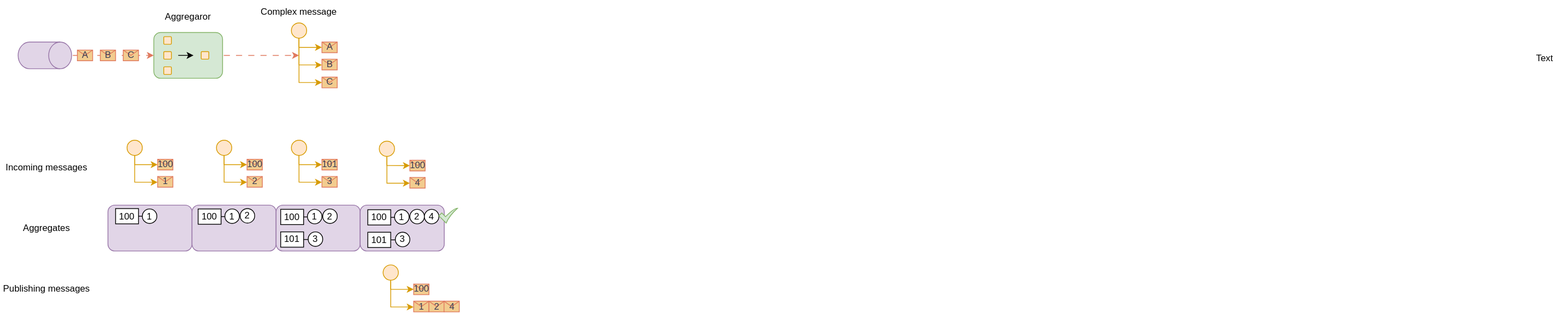
Earlier version of the draw.io export images/Aggregator.drawio.svg (mladenkralev/integration-pattern). Source tidied: cells renumbered, new cells last; positions are measured from the earlier drawing's top-left corner, leaving out a move shared by most shapes. The source it was exported from:
```xml
<mxGraphModel>
  <root>
    <mxCell id="0" />
    <mxCell id="1" parent="0" />
    <mxCell id="2" style="rounded=1;whiteSpace=wrap;html=1;labelBackgroundColor=none;fillColor=#d5e8d4;strokeColor=#82b366;" parent="1" vertex="1">
      <mxGeometry x="200" y="43" width="90" height="60" as="geometry" />
    </mxCell>
    <mxCell id="3" style="rounded=1;whiteSpace=wrap;html=1;labelBackgroundColor=none;fillColor=#ffe6cc;strokeColor=#d79b00;arcSize=12;" parent="1" vertex="1">
      <mxGeometry x="213" y="68" width="10" height="10" as="geometry" />
    </mxCell>
    <mxCell id="4" style="rounded=1;whiteSpace=wrap;html=1;labelBackgroundColor=none;fillColor=#ffe6cc;strokeColor=#d79b00;arcSize=12;" parent="1" vertex="1">
      <mxGeometry x="262" y="68" width="10" height="10" as="geometry" />
    </mxCell>
    <mxCell id="5" style="endArrow=classic;html=1;rounded=0;" parent="1" edge="1">
      <mxGeometry relative="1" as="geometry">
        <mxPoint x="232" y="73" as="sourcePoint" />
        <mxPoint x="252" y="73" as="targetPoint" />
      </mxGeometry>
    </mxCell>
    <mxCell id="6" value="A" style="shape=message;html=1;outlineConnect=0;labelBackgroundColor=none;fillColor=#F2CC8F;strokeColor=#E07A5F;fontColor=#393C56;" parent="1" vertex="1">
      <mxGeometry x="420" y="55.5" width="20" height="14" as="geometry" />
    </mxCell>
    <mxCell id="7" value="B" style="shape=message;html=1;outlineConnect=0;labelBackgroundColor=none;fillColor=#F2CC8F;strokeColor=#E07A5F;fontColor=#393C56;" parent="1" vertex="1">
      <mxGeometry x="420" y="78" width="20" height="14" as="geometry" />
    </mxCell>
    <mxCell id="8" value="C" style="shape=message;html=1;outlineConnect=0;labelBackgroundColor=none;fillColor=#F2CC8F;strokeColor=#E07A5F;fontColor=#393C56;" parent="1" vertex="1">
      <mxGeometry x="420" y="101.5" width="20" height="14" as="geometry" />
    </mxCell>
    <mxCell id="9" style="edgeStyle=orthogonalEdgeStyle;rounded=0;jettySize=auto;html=1;exitX=0.5;exitY=1;exitDx=0;exitDy=0;entryX=0;entryY=0.5;entryDx=0;entryDy=0;fillColor=#ffe6cc;strokeColor=#d79b00;" parent="1" edge="1" source="12" target="6">
      <mxGeometry relative="1" as="geometry">
        <Array as="points">
          <mxPoint x="390" y="62.5" />
        </Array>
      </mxGeometry>
    </mxCell>
    <mxCell id="10" style="edgeStyle=orthogonalEdgeStyle;rounded=0;jettySize=auto;html=1;fillColor=#ffe6cc;strokeColor=#d79b00;" parent="1" edge="1" source="12" target="7">
      <mxGeometry relative="1" as="geometry">
        <Array as="points">
          <mxPoint x="390" y="85.5" />
        </Array>
      </mxGeometry>
    </mxCell>
    <mxCell id="11" style="edgeStyle=orthogonalEdgeStyle;rounded=0;jettySize=auto;html=1;fillColor=#ffe6cc;strokeColor=#d79b00;entryX=0;entryY=0.5;entryDx=0;entryDy=0;exitX=0.5;exitY=1;exitDx=0;exitDy=0;" parent="1" edge="1" source="12" target="8">
      <mxGeometry relative="1" as="geometry">
        <Array as="points">
          <mxPoint x="390" y="108.5" />
        </Array>
      </mxGeometry>
    </mxCell>
    <mxCell id="12" style="ellipse;whiteSpace=wrap;html=1;fillColor=#ffe6cc;strokeColor=#d79b00;" parent="1" vertex="1">
      <mxGeometry x="380" y="30.5" width="20" height="20" as="geometry" />
    </mxCell>
    <mxCell id="13" value="Complex message" style="text;html=1;align=center;verticalAlign=middle;whiteSpace=wrap;rounded=0;" parent="1" vertex="1">
      <mxGeometry x="330" y="0.5" width="120" height="30" as="geometry" />
    </mxCell>
    <mxCell id="14" style="shape=cylinder3;whiteSpace=wrap;html=1;boundedLbl=1;backgroundOutline=1;size=15;rotation=90;fillColor=#e1d5e7;strokeColor=#9673a6;" parent="1" vertex="1">
      <mxGeometry x="40" y="38" width="35" height="70" as="geometry" />
    </mxCell>
    <mxCell id="15" value="Aggregaror" style="text;html=1;align=center;verticalAlign=middle;whiteSpace=wrap;rounded=0;" parent="1" vertex="1">
      <mxGeometry x="185" y="8" width="120" height="30" as="geometry" />
    </mxCell>
    <mxCell id="16" style="endArrow=classic;html=1;rounded=0;flowAnimation=1;labelBackgroundColor=none;strokeColor=#E07A5F;fontColor=default;entryX=0;entryY=0.5;entryDx=0;entryDy=0;exitX=0.5;exitY=0;exitDx=0;exitDy=0;edgeStyle=orthogonalEdgeStyle;exitPerimeter=0;" parent="1" edge="1" source="14" target="2">
      <mxGeometry relative="1" as="geometry" />
    </mxCell>
    <mxCell id="17" value="C" style="shape=message;html=1;labelBackgroundColor=none;fillColor=#F2CC8F;strokeColor=#E07A5F;fontColor=#393C56;" parent="1" vertex="1">
      <mxGeometry x="160" y="66" width="20" height="14" as="geometry" />
    </mxCell>
    <mxCell id="18" value="B" style="shape=message;html=1;labelBackgroundColor=none;fillColor=#F2CC8F;strokeColor=#E07A5F;fontColor=#393C56;" parent="1" vertex="1">
      <mxGeometry x="130" y="66" width="20" height="14" as="geometry" />
    </mxCell>
    <mxCell id="19" value="A" style="shape=message;html=1;labelBackgroundColor=none;fillColor=#F2CC8F;strokeColor=#E07A5F;fontColor=#393C56;" parent="1" vertex="1">
      <mxGeometry x="100" y="66" width="20" height="14" as="geometry" />
    </mxCell>
    <mxCell id="20" style="rounded=1;whiteSpace=wrap;html=1;labelBackgroundColor=none;fillColor=#ffe6cc;strokeColor=#d79b00;arcSize=12;" parent="1" vertex="1">
      <mxGeometry x="213" y="48.5" width="10" height="10" as="geometry" />
    </mxCell>
    <mxCell id="21" style="rounded=1;whiteSpace=wrap;html=1;labelBackgroundColor=none;fillColor=#ffe6cc;strokeColor=#d79b00;arcSize=12;" parent="1" vertex="1">
      <mxGeometry x="213" y="88" width="10" height="10" as="geometry" />
    </mxCell>
    <mxCell id="22" style="endArrow=classic;html=1;rounded=0;flowAnimation=1;labelBackgroundColor=none;strokeColor=#E07A5F;fontColor=default;exitX=1;exitY=0.5;exitDx=0;exitDy=0;edgeStyle=orthogonalEdgeStyle;" parent="1" edge="1" source="2">
      <mxGeometry relative="1" as="geometry">
        <mxPoint x="390" y="73" as="targetPoint" />
      </mxGeometry>
    </mxCell>
    <mxCell id="23" style="rounded=1;whiteSpace=wrap;html=1;labelBackgroundColor=none;fillColor=#e1d5e7;strokeColor=#9673a6;" parent="1" vertex="1">
      <mxGeometry x="140" y="269" width="110" height="60" as="geometry" />
    </mxCell>
    <mxCell id="24" style="rounded=1;whiteSpace=wrap;html=1;labelBackgroundColor=none;fillColor=#e1d5e7;strokeColor=#9673a6;" parent="1" vertex="1">
      <mxGeometry x="250" y="269" width="110" height="60" as="geometry" />
    </mxCell>
    <mxCell id="25" style="rounded=1;whiteSpace=wrap;html=1;labelBackgroundColor=none;fillColor=#e1d5e7;strokeColor=#9673a6;" parent="1" vertex="1">
      <mxGeometry x="360" y="269" width="110" height="60" as="geometry" />
    </mxCell>
    <mxCell id="26" style="rounded=1;whiteSpace=wrap;html=1;labelBackgroundColor=none;fillColor=#e1d5e7;strokeColor=#9673a6;" parent="1" vertex="1">
      <mxGeometry x="470" y="269" width="110" height="60" as="geometry" />
    </mxCell>
    <mxCell id="27" value="100" style="shape=message;html=1;outlineConnect=0;labelBackgroundColor=none;fillColor=#F2CC8F;strokeColor=#E07A5F;fontColor=#393C56;" parent="1" vertex="1">
      <mxGeometry x="205" y="209" width="20" height="14" as="geometry" />
    </mxCell>
    <mxCell id="28" value="1" style="shape=message;html=1;outlineConnect=0;labelBackgroundColor=none;fillColor=#F2CC8F;strokeColor=#E07A5F;fontColor=#393C56;" parent="1" vertex="1">
      <mxGeometry x="205" y="231.5" width="20" height="14" as="geometry" />
    </mxCell>
    <mxCell id="29" style="edgeStyle=orthogonalEdgeStyle;rounded=0;jettySize=auto;html=1;exitX=0.5;exitY=1;exitDx=0;exitDy=0;entryX=0;entryY=0.5;entryDx=0;entryDy=0;fillColor=#ffe6cc;strokeColor=#d79b00;" parent="1" edge="1" source="31" target="27">
      <mxGeometry relative="1" as="geometry">
        <Array as="points">
          <mxPoint x="175" y="216" />
        </Array>
      </mxGeometry>
    </mxCell>
    <mxCell id="30" style="edgeStyle=orthogonalEdgeStyle;rounded=0;jettySize=auto;html=1;fillColor=#ffe6cc;strokeColor=#d79b00;" parent="1" edge="1" source="31" target="28">
      <mxGeometry relative="1" as="geometry">
        <Array as="points">
          <mxPoint x="175" y="239" />
        </Array>
      </mxGeometry>
    </mxCell>
    <mxCell id="31" style="ellipse;whiteSpace=wrap;html=1;fillColor=#ffe6cc;strokeColor=#d79b00;" parent="1" vertex="1">
      <mxGeometry x="165" y="184" width="20" height="20" as="geometry" />
    </mxCell>
    <mxCell id="32" value="Incoming messages" style="text;html=1;align=center;verticalAlign=middle;whiteSpace=wrap;rounded=0;" parent="1" vertex="1">
      <mxGeometry y="205.2" width="120" height="30" as="geometry" />
    </mxCell>
    <mxCell id="33" value="100" style="shape=message;html=1;outlineConnect=0;labelBackgroundColor=none;fillColor=#F2CC8F;strokeColor=#E07A5F;fontColor=#393C56;" parent="1" vertex="1">
      <mxGeometry x="322" y="209" width="20" height="14" as="geometry" />
    </mxCell>
    <mxCell id="34" value="2" style="shape=message;html=1;outlineConnect=0;labelBackgroundColor=none;fillColor=#F2CC8F;strokeColor=#E07A5F;fontColor=#393C56;" parent="1" vertex="1">
      <mxGeometry x="322" y="231.5" width="20" height="14" as="geometry" />
    </mxCell>
    <mxCell id="35" style="edgeStyle=orthogonalEdgeStyle;rounded=0;jettySize=auto;html=1;exitX=0.5;exitY=1;exitDx=0;exitDy=0;entryX=0;entryY=0.5;entryDx=0;entryDy=0;fillColor=#ffe6cc;strokeColor=#d79b00;" parent="1" edge="1" source="37" target="33">
      <mxGeometry relative="1" as="geometry">
        <Array as="points">
          <mxPoint x="292" y="216" />
        </Array>
      </mxGeometry>
    </mxCell>
    <mxCell id="36" style="edgeStyle=orthogonalEdgeStyle;rounded=0;jettySize=auto;html=1;fillColor=#ffe6cc;strokeColor=#d79b00;" parent="1" edge="1" source="37" target="34">
      <mxGeometry relative="1" as="geometry">
        <Array as="points">
          <mxPoint x="292" y="239" />
        </Array>
      </mxGeometry>
    </mxCell>
    <mxCell id="37" style="ellipse;whiteSpace=wrap;html=1;fillColor=#ffe6cc;strokeColor=#d79b00;" parent="1" vertex="1">
      <mxGeometry x="282" y="184" width="20" height="20" as="geometry" />
    </mxCell>
    <mxCell id="38" value="101" style="shape=message;html=1;outlineConnect=0;labelBackgroundColor=none;fillColor=#F2CC8F;strokeColor=#E07A5F;fontColor=#393C56;" parent="1" vertex="1">
      <mxGeometry x="420" y="209" width="20" height="14" as="geometry" />
    </mxCell>
    <mxCell id="39" value="3" style="shape=message;html=1;outlineConnect=0;labelBackgroundColor=none;fillColor=#F2CC8F;strokeColor=#E07A5F;fontColor=#393C56;" parent="1" vertex="1">
      <mxGeometry x="420" y="231.5" width="20" height="14" as="geometry" />
    </mxCell>
    <mxCell id="40" style="edgeStyle=orthogonalEdgeStyle;rounded=0;jettySize=auto;html=1;exitX=0.5;exitY=1;exitDx=0;exitDy=0;entryX=0;entryY=0.5;entryDx=0;entryDy=0;fillColor=#ffe6cc;strokeColor=#d79b00;" parent="1" edge="1" source="42" target="38">
      <mxGeometry relative="1" as="geometry">
        <Array as="points">
          <mxPoint x="390" y="216" />
        </Array>
      </mxGeometry>
    </mxCell>
    <mxCell id="41" style="edgeStyle=orthogonalEdgeStyle;rounded=0;jettySize=auto;html=1;fillColor=#ffe6cc;strokeColor=#d79b00;" parent="1" edge="1" source="42" target="39">
      <mxGeometry relative="1" as="geometry">
        <Array as="points">
          <mxPoint x="390" y="239" />
        </Array>
      </mxGeometry>
    </mxCell>
    <mxCell id="42" style="ellipse;whiteSpace=wrap;html=1;fillColor=#ffe6cc;strokeColor=#d79b00;" parent="1" vertex="1">
      <mxGeometry x="380" y="184" width="20" height="20" as="geometry" />
    </mxCell>
    <mxCell id="43" value="100" style="shape=message;html=1;outlineConnect=0;labelBackgroundColor=none;fillColor=#F2CC8F;strokeColor=#E07A5F;fontColor=#393C56;" parent="1" vertex="1">
      <mxGeometry x="535" y="210.2" width="20" height="14" as="geometry" />
    </mxCell>
    <mxCell id="44" value="4" style="shape=message;html=1;outlineConnect=0;labelBackgroundColor=none;fillColor=#F2CC8F;strokeColor=#E07A5F;fontColor=#393C56;" parent="1" vertex="1">
      <mxGeometry x="535" y="232.7" width="20" height="14" as="geometry" />
    </mxCell>
    <mxCell id="45" style="edgeStyle=orthogonalEdgeStyle;rounded=0;jettySize=auto;html=1;exitX=0.5;exitY=1;exitDx=0;exitDy=0;entryX=0;entryY=0.5;entryDx=0;entryDy=0;fillColor=#ffe6cc;strokeColor=#d79b00;" parent="1" edge="1" source="47" target="43">
      <mxGeometry relative="1" as="geometry">
        <Array as="points">
          <mxPoint x="505" y="217.2" />
        </Array>
      </mxGeometry>
    </mxCell>
    <mxCell id="46" style="edgeStyle=orthogonalEdgeStyle;rounded=0;jettySize=auto;html=1;fillColor=#ffe6cc;strokeColor=#d79b00;" parent="1" edge="1" source="47" target="44">
      <mxGeometry relative="1" as="geometry">
        <Array as="points">
          <mxPoint x="505" y="240.2" />
        </Array>
      </mxGeometry>
    </mxCell>
    <mxCell id="47" style="ellipse;whiteSpace=wrap;html=1;fillColor=#ffe6cc;strokeColor=#d79b00;" parent="1" vertex="1">
      <mxGeometry x="495" y="185.2" width="20" height="20" as="geometry" />
    </mxCell>
    <mxCell id="48" style="edgeStyle=orthogonalEdgeStyle;rounded=0;jettySize=auto;html=1;exitX=1;exitY=0.5;exitDx=0;exitDy=0;entryX=0;entryY=0.5;entryDx=0;entryDy=0;endArrow=none;endFill=0;" parent="1" edge="1" source="49" target="50">
      <mxGeometry relative="1" as="geometry" />
    </mxCell>
    <mxCell id="49" value="100" style="rounded=0;whiteSpace=wrap;html=1;" parent="1" vertex="1">
      <mxGeometry x="150" y="273.5" width="30" height="20" as="geometry" />
    </mxCell>
    <mxCell id="50" value="1" style="ellipse;whiteSpace=wrap;html=1;" parent="1" vertex="1">
      <mxGeometry x="185" y="274" width="19" height="19" as="geometry" />
    </mxCell>
    <mxCell id="51" style="edgeStyle=orthogonalEdgeStyle;rounded=0;jettySize=auto;html=1;exitX=1;exitY=0.5;exitDx=0;exitDy=0;entryX=0;entryY=0.5;entryDx=0;entryDy=0;endArrow=none;endFill=0;" parent="1" edge="1" source="52" target="53">
      <mxGeometry relative="1" as="geometry" />
    </mxCell>
    <mxCell id="52" value="100" style="rounded=0;whiteSpace=wrap;html=1;" parent="1" vertex="1">
      <mxGeometry x="258" y="274" width="30" height="20" as="geometry" />
    </mxCell>
    <mxCell id="53" value="1" style="ellipse;whiteSpace=wrap;html=1;" parent="1" vertex="1">
      <mxGeometry x="293" y="274" width="19" height="19" as="geometry" />
    </mxCell>
    <mxCell id="54" value="2" style="ellipse;whiteSpace=wrap;html=1;" parent="1" vertex="1">
      <mxGeometry x="313" y="273.5" width="19" height="19" as="geometry" />
    </mxCell>
    <mxCell id="55" style="edgeStyle=orthogonalEdgeStyle;rounded=0;jettySize=auto;html=1;exitX=1;exitY=0.5;exitDx=0;exitDy=0;endArrow=none;endFill=0;entryX=0;entryY=0.5;entryDx=0;entryDy=0;" parent="1" edge="1" source="53" target="54">
      <mxGeometry relative="1" as="geometry" />
    </mxCell>
    <mxCell id="56" style="edgeStyle=orthogonalEdgeStyle;rounded=0;jettySize=auto;html=1;exitX=1;exitY=0.5;exitDx=0;exitDy=0;entryX=0;entryY=0.5;entryDx=0;entryDy=0;endArrow=none;endFill=0;" parent="1" edge="1" source="57" target="58">
      <mxGeometry relative="1" as="geometry" />
    </mxCell>
    <mxCell id="57" value="100" style="rounded=0;whiteSpace=wrap;html=1;" parent="1" vertex="1">
      <mxGeometry x="366" y="274.5" width="30" height="20" as="geometry" />
    </mxCell>
    <mxCell id="58" value="1" style="ellipse;whiteSpace=wrap;html=1;" parent="1" vertex="1">
      <mxGeometry x="401" y="274.5" width="19" height="19" as="geometry" />
    </mxCell>
    <mxCell id="59" value="2" style="ellipse;whiteSpace=wrap;html=1;" parent="1" vertex="1">
      <mxGeometry x="421" y="274" width="19" height="19" as="geometry" />
    </mxCell>
    <mxCell id="60" style="edgeStyle=orthogonalEdgeStyle;rounded=0;jettySize=auto;html=1;exitX=1;exitY=0.5;exitDx=0;exitDy=0;endArrow=none;endFill=0;entryX=0;entryY=0.5;entryDx=0;entryDy=0;" parent="1" edge="1" source="58" target="59">
      <mxGeometry relative="1" as="geometry" />
    </mxCell>
    <mxCell id="61" value="101" style="rounded=0;whiteSpace=wrap;html=1;" parent="1" vertex="1">
      <mxGeometry x="366" y="304" width="30" height="20" as="geometry" />
    </mxCell>
    <mxCell id="62" value="3" style="ellipse;whiteSpace=wrap;html=1;" parent="1" vertex="1">
      <mxGeometry x="402" y="304" width="19" height="19" as="geometry" />
    </mxCell>
    <mxCell id="63" style="edgeStyle=orthogonalEdgeStyle;rounded=0;jettySize=auto;html=1;exitX=1;exitY=0.5;exitDx=0;exitDy=0;entryX=0;entryY=0.5;entryDx=0;entryDy=0;endArrow=none;endFill=0;" parent="1" edge="1" source="61" target="62">
      <mxGeometry relative="1" as="geometry" />
    </mxCell>
    <mxCell id="64" style="edgeStyle=orthogonalEdgeStyle;rounded=0;jettySize=auto;html=1;exitX=1;exitY=0.5;exitDx=0;exitDy=0;entryX=0;entryY=0.5;entryDx=0;entryDy=0;endArrow=none;endFill=0;" parent="1" edge="1" source="65" target="66">
      <mxGeometry relative="1" as="geometry" />
    </mxCell>
    <mxCell id="65" value="100" style="rounded=0;whiteSpace=wrap;html=1;" parent="1" vertex="1">
      <mxGeometry x="480" y="275" width="30" height="20" as="geometry" />
    </mxCell>
    <mxCell id="66" value="1" style="ellipse;whiteSpace=wrap;html=1;" parent="1" vertex="1">
      <mxGeometry x="515" y="275" width="19" height="19" as="geometry" />
    </mxCell>
    <mxCell id="67" value="2" style="ellipse;whiteSpace=wrap;html=1;" parent="1" vertex="1">
      <mxGeometry x="535" y="274.5" width="19" height="19" as="geometry" />
    </mxCell>
    <mxCell id="68" style="edgeStyle=orthogonalEdgeStyle;rounded=0;jettySize=auto;html=1;exitX=1;exitY=0.5;exitDx=0;exitDy=0;endArrow=none;endFill=0;entryX=0;entryY=0.5;entryDx=0;entryDy=0;" parent="1" edge="1" source="66" target="67">
      <mxGeometry relative="1" as="geometry" />
    </mxCell>
    <mxCell id="69" value="101" style="rounded=0;whiteSpace=wrap;html=1;" parent="1" vertex="1">
      <mxGeometry x="480" y="304.5" width="30" height="20" as="geometry" />
    </mxCell>
    <mxCell id="70" value="3" style="ellipse;whiteSpace=wrap;html=1;" parent="1" vertex="1">
      <mxGeometry x="516" y="304.5" width="19" height="19" as="geometry" />
    </mxCell>
    <mxCell id="71" style="edgeStyle=orthogonalEdgeStyle;rounded=0;jettySize=auto;html=1;exitX=1;exitY=0.5;exitDx=0;exitDy=0;entryX=0;entryY=0.5;entryDx=0;entryDy=0;endArrow=none;endFill=0;" parent="1" edge="1" source="69" target="70">
      <mxGeometry relative="1" as="geometry" />
    </mxCell>
    <mxCell id="72" value="4" style="ellipse;whiteSpace=wrap;html=1;" parent="1" vertex="1">
      <mxGeometry x="554" y="274.5" width="19" height="19" as="geometry" />
    </mxCell>
    <mxCell id="73" style="sketch=0;html=1;strokeColor=#82b366;shadow=0;align=center;fillColor=#d5e8d4;verticalAlign=top;labelPosition=center;verticalLabelPosition=bottom;shape=mxgraph.gcp2.check;" parent="1" vertex="1">
      <mxGeometry x="573" y="273" width="24.4" height="19.5" as="geometry" />
    </mxCell>
    <mxCell id="74" value="100" style="shape=message;html=1;outlineConnect=0;labelBackgroundColor=none;fillColor=#F2CC8F;strokeColor=#E07A5F;fontColor=#393C56;" parent="1" vertex="1">
      <mxGeometry x="540" y="372.2" width="20" height="14" as="geometry" />
    </mxCell>
    <mxCell id="75" value="1" style="shape=message;html=1;outlineConnect=0;labelBackgroundColor=none;fillColor=#F2CC8F;strokeColor=#E07A5F;fontColor=#393C56;" parent="1" vertex="1">
      <mxGeometry x="540" y="394.7" width="20" height="14" as="geometry" />
    </mxCell>
    <mxCell id="76" style="edgeStyle=orthogonalEdgeStyle;rounded=0;jettySize=auto;html=1;exitX=0.5;exitY=1;exitDx=0;exitDy=0;entryX=0;entryY=0.5;entryDx=0;entryDy=0;fillColor=#ffe6cc;strokeColor=#d79b00;" parent="1" edge="1" source="78" target="74">
      <mxGeometry relative="1" as="geometry">
        <Array as="points">
          <mxPoint x="510" y="379.2" />
        </Array>
      </mxGeometry>
    </mxCell>
    <mxCell id="77" style="edgeStyle=orthogonalEdgeStyle;rounded=0;jettySize=auto;html=1;fillColor=#ffe6cc;strokeColor=#d79b00;" parent="1" edge="1" source="78" target="75">
      <mxGeometry relative="1" as="geometry">
        <Array as="points">
          <mxPoint x="510" y="402.2" />
        </Array>
      </mxGeometry>
    </mxCell>
    <mxCell id="78" style="ellipse;whiteSpace=wrap;html=1;fillColor=#ffe6cc;strokeColor=#d79b00;" parent="1" vertex="1">
      <mxGeometry x="500" y="347.2" width="20" height="20" as="geometry" />
    </mxCell>
    <mxCell id="79" value="2" style="shape=message;html=1;labelBackgroundColor=none;fillColor=#F2CC8F;strokeColor=#E07A5F;fontColor=#393C56;" parent="1" vertex="1">
      <mxGeometry x="560" y="394.7" width="20" height="14" as="geometry" />
    </mxCell>
    <mxCell id="80" value="4" style="shape=message;html=1;labelBackgroundColor=none;fillColor=#F2CC8F;strokeColor=#E07A5F;fontColor=#393C56;" parent="1" vertex="1">
      <mxGeometry x="579.7" y="394.7" width="20" height="14" as="geometry" />
    </mxCell>
    <mxCell id="81" value="Aggregates" style="text;html=1;align=center;verticalAlign=middle;whiteSpace=wrap;rounded=0;" parent="1" vertex="1">
      <mxGeometry y="284" width="120" height="30" as="geometry" />
    </mxCell>
    <mxCell id="82" value="Publishing messages" style="text;html=1;align=center;verticalAlign=middle;whiteSpace=wrap;rounded=0;" parent="1" vertex="1">
      <mxGeometry y="364.2" width="120" height="30" as="geometry" />
    </mxCell>
    <mxCell id="83" value="Text" style="text;html=1;align=center;verticalAlign=middle;whiteSpace=wrap;rounded=0;" parent="1" vertex="1">
      <mxGeometry x="1990" y="62" width="60" height="30" as="geometry" />
    </mxCell>
  </root>
</mxGraphModel>
```
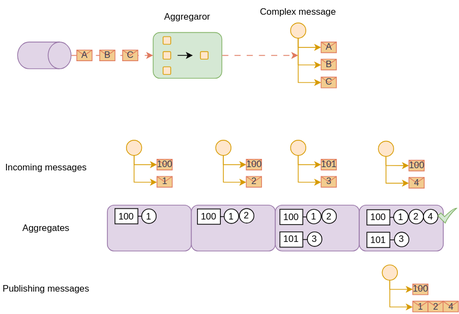
The same diagram one commit later.

Change to the diagram source:
```diff
@@ -302,8 +302,5 @@
     <mxCell id="82" value="Publishing messages" style="text;html=1;align=center;verticalAlign=middle;whiteSpace=wrap;rounded=0;" parent="1" vertex="1">
       <mxGeometry y="364.2" width="120" height="30" as="geometry" />
     </mxCell>
-    <mxCell id="83" value="Text" style="text;html=1;align=center;verticalAlign=middle;whiteSpace=wrap;rounded=0;" parent="1" vertex="1">
-      <mxGeometry x="1990" y="62" width="60" height="30" as="geometry" />
-    </mxCell>
   </root>
 </mxGraphModel>
```
